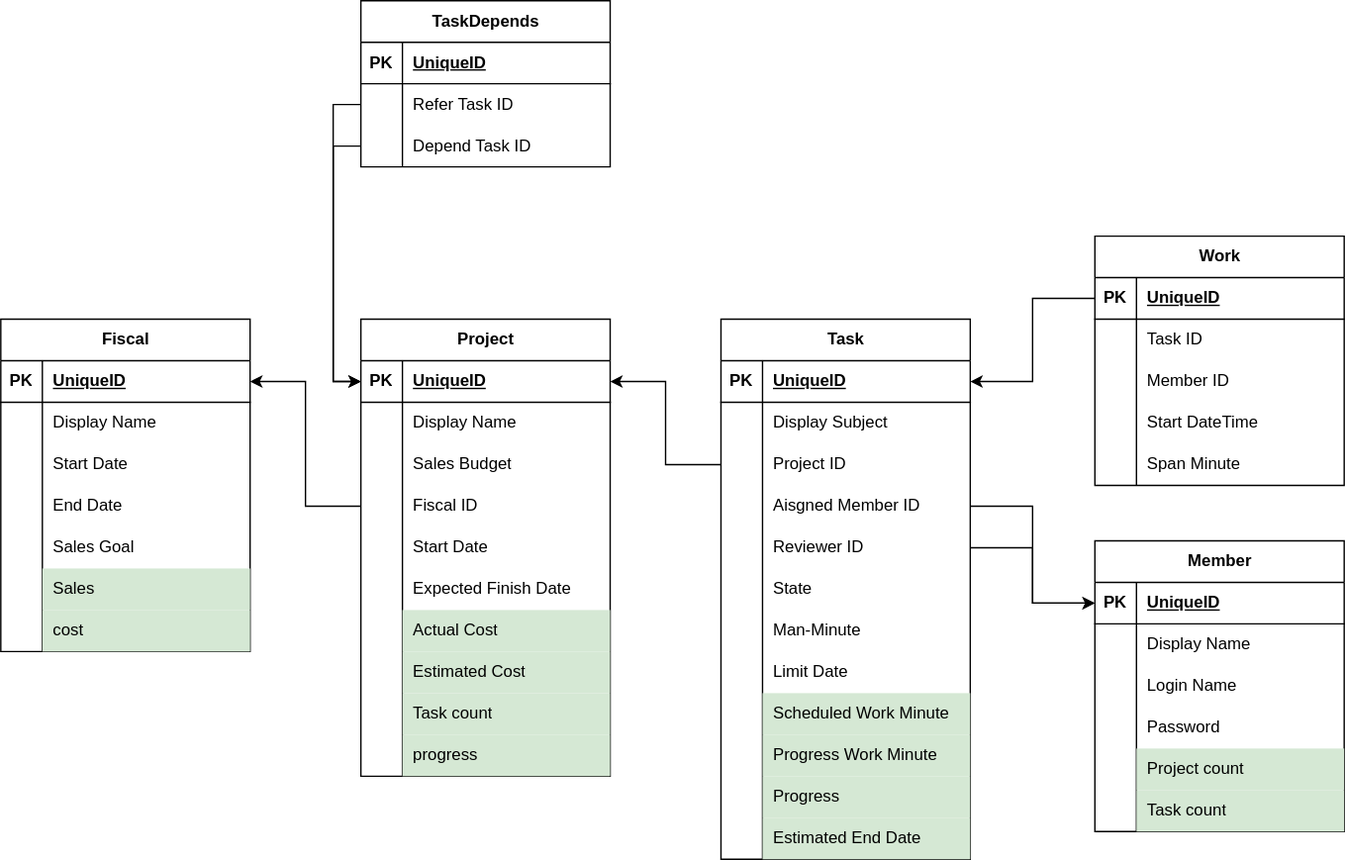
This is document/figure/er.svg from lotcarnage/cinaps, a draw.io export, as it was before one commit. Source tidied: cells renumbered, new cells last; positions are measured from the earlier drawing's top-left corner, leaving out a move shared by most shapes.
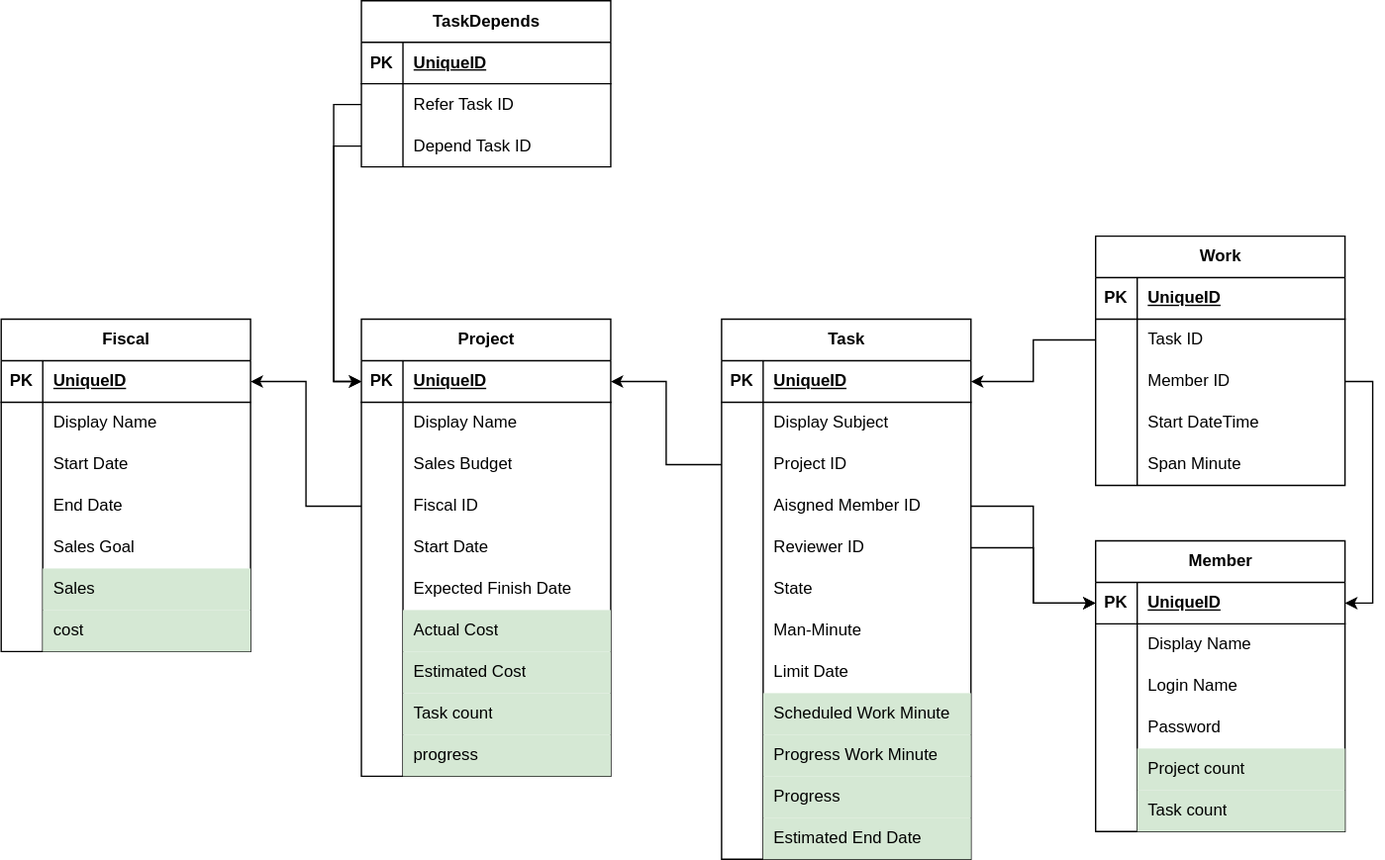
Later version of the same file.

What changed in the source:
```diff
@@ -389,7 +389,7 @@
     <mxCell id="130" value="Span Minute" style="shape=partialRectangle;fillColor=none;top=0;left=0;bottom=0;right=0;align=left;spacingLeft=6;overflow=hidden;whiteSpace=wrap;html=1;" parent="128" vertex="1">
       <mxGeometry x="30" width="150" height="30" as="geometry" />
     </mxCell>
-    <mxCell id="131" style="edgeStyle=orthogonalEdgeStyle;rounded=0;jettySize=auto;html=1;exitX=0;exitY=0.5;exitDx=0;exitDy=0;entryX=1;entryY=0.5;entryDx=0;entryDy=0;" parent="1" edge="1" source="116" target="75">
+    <mxCell id="131" style="edgeStyle=orthogonalEdgeStyle;rounded=0;jettySize=auto;html=1;exitX=0;exitY=0.5;exitDx=0;exitDy=0;entryX=1;entryY=0.5;entryDx=0;entryDy=0;" parent="1" edge="1" source="119" target="75">
       <mxGeometry relative="1" as="geometry" />
     </mxCell>
     <mxCell id="132" value="TaskDepends" style="shape=table;startSize=30;rowLines=0;fontStyle=1;align=center;html=1;" parent="1" vertex="1">
@@ -428,5 +428,8 @@
     <mxCell id="143" style="edgeStyle=orthogonalEdgeStyle;rounded=0;jettySize=auto;html=1;exitX=0;exitY=0.5;exitDx=0;exitDy=0;entryX=0;entryY=0.5;entryDx=0;entryDy=0;" parent="1" edge="1" source="139" target="3">
       <mxGeometry relative="1" as="geometry" />
     </mxCell>
+    <mxCell id="144" style="edgeStyle=orthogonalEdgeStyle;rounded=0;jettySize=auto;html=1;exitX=1;exitY=0.5;exitDx=0;exitDy=0;entryX=1;entryY=0.5;entryDx=0;entryDy=0;" parent="1" edge="1" source="122" target="56">
+      <mxGeometry relative="1" as="geometry" />
+    </mxCell>
   </root>
 </mxGraphModel>
```
